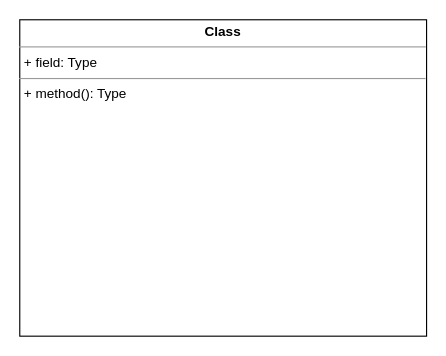
Before: UNI-17868.drawio in ShiryaevNikolay/example, a draw.io diagram. Source tidied: cells renumbered, new cells numbered last; positions are measured from the earlier drawing's top-left corner, leaving out a move shared by most shapes. Both pictures are drawn from the tidied source at 113%, with x=0, y=0 at pixel (19, 19).
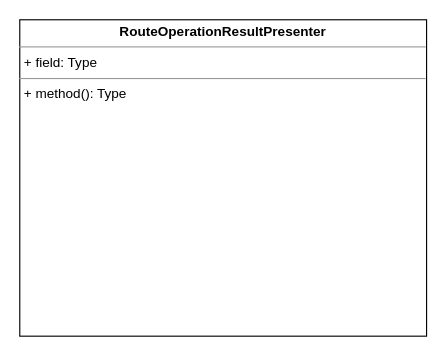
Above is the later version.

The edit, as a diff of the source:
```diff
@@
 <mxGraphModel>
   <root>
     <mxCell id="0" />
     <mxCell id="1" parent="0" />
-    <mxCell id="2" value="&lt;p style=&quot;margin:0px;margin-top:4px;text-align:center;&quot;&gt;&lt;b&gt;Class&lt;/b&gt;&lt;/p&gt;&lt;hr size=&quot;1&quot;/&gt;&lt;p style=&quot;margin:0px;margin-left:4px;&quot;&gt;+ field: Type&lt;/p&gt;&lt;hr size=&quot;1&quot;/&gt;&lt;p style=&quot;margin:0px;margin-left:4px;&quot;&gt;+ method(): Type&lt;/p&gt;" style="verticalAlign=top;align=left;overflow=fill;fontSize=12;fontFamily=Helvetica;html=1;" parent="1" vertex="1">
+    <mxCell id="2" value="&lt;p style=&quot;margin:0px;margin-top:4px;text-align:center;&quot;&gt;&lt;b&gt;RouteOperationResultPresenter&lt;/b&gt;&lt;/p&gt;&lt;hr size=&quot;1&quot;&gt;&lt;p style=&quot;margin:0px;margin-left:4px;&quot;&gt;+ field: Type&lt;/p&gt;&lt;hr size=&quot;1&quot;&gt;&lt;p style=&quot;margin:0px;margin-left:4px;&quot;&gt;+ method(): Type&lt;/p&gt;" style="verticalAlign=top;align=left;overflow=fill;fontSize=12;fontFamily=Helvetica;html=1;" parent="1" vertex="1">
       <mxGeometry width="360" height="280" as="geometry" />
     </mxCell>
   </root>
 </mxGraphModel>
```
